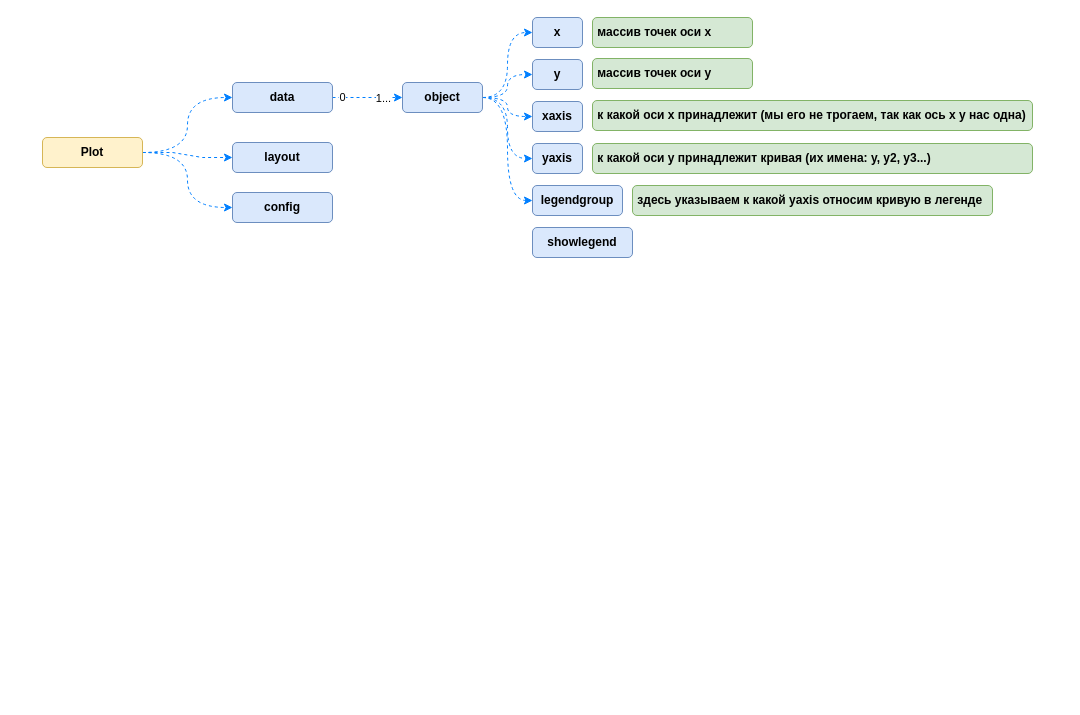
Above: Plotly.drawio in orlov-oleg-developer/asuter-UML (draw.io), before the change. Source tidied: cells renumbered, new cells numbered last; positions are measured from the earlier drawing's top-left corner, leaving out a move shared by most shapes. Both pictures are drawn from the tidied source at 100%, with x=0, y=0 at pixel (42, 17).
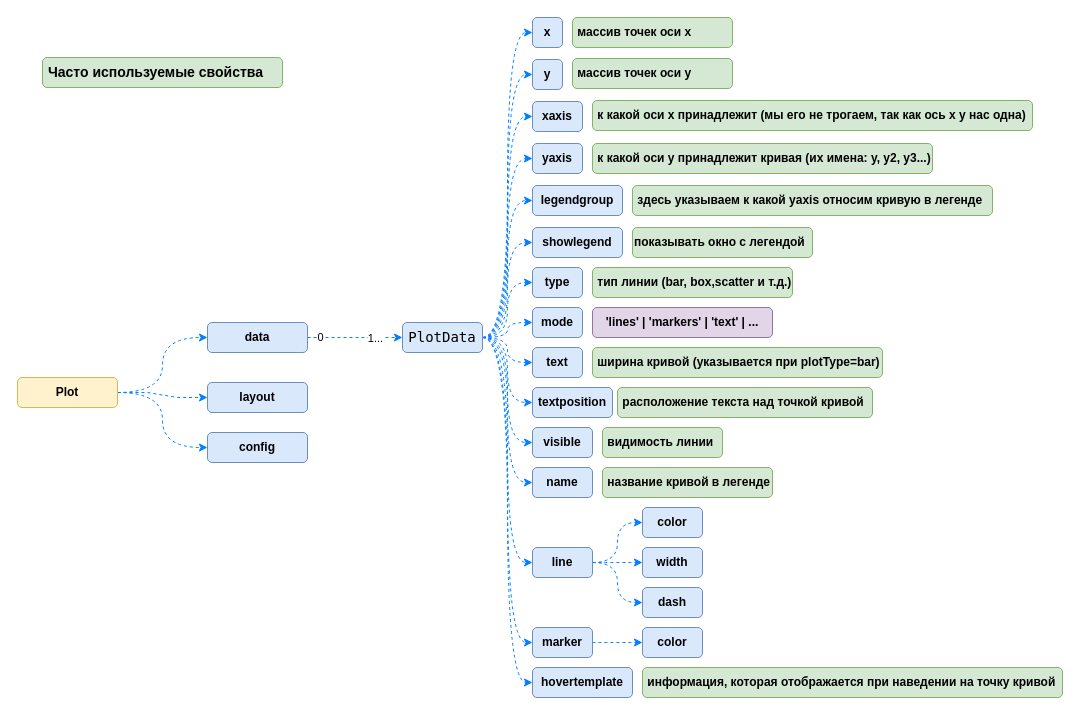
Above is the later version.

Change to the diagram source:
```diff
@@
     <mxCell id="5" value="Plot" style="rounded=1;whiteSpace=wrap;html=1;fillColor=#fff2cc;strokeColor=#d6b656;fontStyle=1;" parent="1" vertex="1">
-      <mxGeometry y="120" width="100" height="30" as="geometry" />
+      <mxGeometry x="-25" y="360" width="100" height="30" as="geometry" />
     </mxCell>
@@
     <mxCell id="9" value="data" style="rounded=1;whiteSpace=wrap;html=1;fillColor=#dae8fc;strokeColor=#6c8ebf;fontStyle=1;" parent="1" vertex="1">
-      <mxGeometry x="190" y="65" width="100" height="30" as="geometry" />
+      <mxGeometry x="165" y="305" width="100" height="30" as="geometry" />
     </mxCell>
     <mxCell id="10" value="layout" style="rounded=1;whiteSpace=wrap;html=1;fillColor=#dae8fc;strokeColor=#6c8ebf;fontStyle=1;" parent="1" vertex="1">
-      <mxGeometry x="190" y="125" width="100" height="30" as="geometry" />
+      <mxGeometry x="165" y="365" width="100" height="30" as="geometry" />
     </mxCell>
     <mxCell id="11" value="config" style="rounded=1;whiteSpace=wrap;html=1;fillColor=#dae8fc;strokeColor=#6c8ebf;fontStyle=1;" parent="1" vertex="1">
-      <mxGeometry x="190" y="175" width="100" height="30" as="geometry" />
+      <mxGeometry x="165" y="415" width="100" height="30" as="geometry" />
     </mxCell>
@@
+    <mxCell id="29" style="edgeStyle=orthogonalEdgeStyle;shape=connector;curved=1;rounded=0;jettySize=auto;html=1;entryX=0;entryY=0.5;entryDx=0;entryDy=0;dashed=1;labelBackgroundColor=default;strokeColor=#007FFF;align=center;verticalAlign=middle;fontFamily=Helvetica;fontSize=11;fontColor=default;endArrow=classic;fillColor=#dae8fc;" parent="1" edge="1" source="17" target="28">
+      <mxGeometry relative="1" as="geometry" />
+    </mxCell>
+    <mxCell id="30" style="edgeStyle=orthogonalEdgeStyle;shape=connector;curved=1;rounded=0;jettySize=auto;html=1;entryX=0;entryY=0.5;entryDx=0;entryDy=0;dashed=1;labelBackgroundColor=default;strokeColor=#007FFF;align=center;verticalAlign=middle;fontFamily=Helvetica;fontSize=11;fontColor=default;endArrow=classic;fillColor=#dae8fc;" parent="1" edge="1" source="17" target="40">
+      <mxGeometry relative="1" as="geometry" />
+    </mxCell>
+    <mxCell id="31" style="edgeStyle=orthogonalEdgeStyle;shape=connector;curved=1;rounded=0;jettySize=auto;html=1;entryX=0;entryY=0.5;entryDx=0;entryDy=0;dashed=1;labelBackgroundColor=default;strokeColor=#007FFF;align=center;verticalAlign=middle;fontFamily=Helvetica;fontSize=11;fontColor=default;endArrow=classic;fillColor=#dae8fc;" parent="1" edge="1" source="17" target="43">
+      <mxGeometry relative="1" as="geometry" />
+    </mxCell>
+    <mxCell id="32" style="edgeStyle=orthogonalEdgeStyle;shape=connector;curved=1;rounded=0;jettySize=auto;html=1;entryX=0;entryY=0.5;entryDx=0;entryDy=0;dashed=1;labelBackgroundColor=default;strokeColor=#007FFF;align=center;verticalAlign=middle;fontFamily=Helvetica;fontSize=11;fontColor=default;endArrow=classic;fillColor=#dae8fc;" parent="1" edge="1" source="17" target="45">
+      <mxGeometry relative="1" as="geometry" />
+    </mxCell>
+    <mxCell id="33" style="edgeStyle=orthogonalEdgeStyle;shape=connector;curved=1;rounded=0;jettySize=auto;html=1;entryX=0;entryY=0.5;entryDx=0;entryDy=0;dashed=1;labelBackgroundColor=default;strokeColor=#007FFF;align=center;verticalAlign=middle;fontFamily=Helvetica;fontSize=11;fontColor=default;endArrow=classic;fillColor=#dae8fc;" parent="1" edge="1" source="17" target="47">
+      <mxGeometry relative="1" as="geometry" />
+    </mxCell>
+    <mxCell id="34" style="edgeStyle=orthogonalEdgeStyle;shape=connector;curved=1;rounded=0;jettySize=auto;html=1;entryX=0;entryY=0.5;entryDx=0;entryDy=0;dashed=1;labelBackgroundColor=default;strokeColor=#007FFF;align=center;verticalAlign=middle;fontFamily=Helvetica;fontSize=11;fontColor=default;endArrow=classic;fillColor=#dae8fc;" parent="1" edge="1" source="17" target="49">
+      <mxGeometry relative="1" as="geometry" />
+    </mxCell>
+    <mxCell id="35" style="edgeStyle=orthogonalEdgeStyle;shape=connector;curved=1;rounded=0;jettySize=auto;html=1;entryX=0;entryY=0.5;entryDx=0;entryDy=0;dashed=1;labelBackgroundColor=default;strokeColor=#007FFF;align=center;verticalAlign=middle;fontFamily=Helvetica;fontSize=11;fontColor=default;endArrow=classic;fillColor=#dae8fc;" parent="1" edge="1" source="17" target="51">
+      <mxGeometry relative="1" as="geometry" />
+    </mxCell>
+    <mxCell id="36" style="edgeStyle=orthogonalEdgeStyle;shape=connector;curved=1;rounded=0;jettySize=auto;html=1;entryX=0;entryY=0.5;entryDx=0;entryDy=0;dashed=1;labelBackgroundColor=default;strokeColor=#007FFF;align=center;verticalAlign=middle;fontFamily=Helvetica;fontSize=11;fontColor=default;endArrow=classic;fillColor=#dae8fc;" parent="1" edge="1" source="17" target="56">
+      <mxGeometry relative="1" as="geometry" />
+    </mxCell>
+    <mxCell id="37" style="edgeStyle=orthogonalEdgeStyle;shape=connector;curved=1;rounded=0;jettySize=auto;html=1;entryX=0;entryY=0.5;entryDx=0;entryDy=0;dashed=1;labelBackgroundColor=default;strokeColor=#007FFF;align=center;verticalAlign=middle;fontFamily=Helvetica;fontSize=11;fontColor=default;endArrow=classic;fillColor=#dae8fc;" parent="1" edge="1" source="17" target="61">
+      <mxGeometry relative="1" as="geometry" />
+    </mxCell>
+    <mxCell id="38" style="edgeStyle=orthogonalEdgeStyle;shape=connector;curved=1;rounded=0;jettySize=auto;html=1;entryX=0;entryY=0.5;entryDx=0;entryDy=0;dashed=1;labelBackgroundColor=default;strokeColor=#007FFF;align=center;verticalAlign=middle;fontFamily=Helvetica;fontSize=11;fontColor=default;endArrow=classic;fillColor=#dae8fc;" parent="1" edge="1" source="17" target="63">
+      <mxGeometry relative="1" as="geometry" />
+    </mxCell>
-    <mxCell id="17" value="object" style="whiteSpace=wrap;html=1;fillColor=#dae8fc;strokeColor=#6c8ebf;rounded=1;fontStyle=1;" parent="1" vertex="1">
-      <mxGeometry x="360" y="65" width="80" height="30" as="geometry" />
+    <mxCell id="17" value="&lt;div style=&quot;font-family: &amp;quot;Droid Sans Mono&amp;quot;, &amp;quot;monospace&amp;quot;, monospace; font-weight: normal; font-size: 14px; line-height: 19px;&quot;&gt;PlotData&lt;/div&gt;" style="whiteSpace=wrap;html=1;fillColor=#dae8fc;strokeColor=#6c8ebf;rounded=1;fontStyle=1;" parent="1" vertex="1">
+      <mxGeometry x="360" y="305" width="80" height="30" as="geometry" />
     </mxCell>
     <mxCell id="18" value="x" style="whiteSpace=wrap;html=1;fillColor=#dae8fc;strokeColor=#6c8ebf;rounded=1;fontStyle=1;" parent="1" vertex="1">
-      <mxGeometry x="490" width="50" height="30" as="geometry" />
+      <mxGeometry x="490" width="30" height="30" as="geometry" />
     </mxCell>
     <mxCell id="19" value="&amp;nbsp;массив точек оси x" style="whiteSpace=wrap;html=1;fillColor=#d5e8d4;strokeColor=#82b366;rounded=1;fontStyle=1;align=left;" parent="1" vertex="1">
-      <mxGeometry x="550" width="160" height="30" as="geometry" />
+      <mxGeometry x="530" width="160" height="30" as="geometry" />
     </mxCell>
     <mxCell id="20" value="y" style="whiteSpace=wrap;html=1;fillColor=#dae8fc;strokeColor=#6c8ebf;rounded=1;fontStyle=1;" parent="1" vertex="1">
-      <mxGeometry x="490" y="42" width="50" height="30" as="geometry" />
+      <mxGeometry x="490" y="42" width="30" height="30" as="geometry" />
     </mxCell>
     <mxCell id="21" value="&amp;nbsp;массив точек оси y" style="whiteSpace=wrap;html=1;fillColor=#d5e8d4;strokeColor=#82b366;rounded=1;fontStyle=1;align=left;" parent="1" vertex="1">
-      <mxGeometry x="550" y="41" width="160" height="30" as="geometry" />
+      <mxGeometry x="530" y="41" width="160" height="30" as="geometry" />
     </mxCell>
@@
     <mxCell id="27" value="&amp;nbsp;к какой оси y принадлежит кривая (их имена: y, y2, y3...)" style="whiteSpace=wrap;html=1;fillColor=#d5e8d4;strokeColor=#82b366;rounded=1;fontStyle=1;align=left;" parent="1" vertex="1">
-      <mxGeometry x="550" y="126" width="440" height="30" as="geometry" />
+      <mxGeometry x="550" y="126" width="340" height="30" as="geometry" />
     </mxCell>
     <mxCell id="28" value="showlegend" style="rounded=1;whiteSpace=wrap;html=1;fillColor=#dae8fc;strokeColor=#6c8ebf;fontStyle=1;glass=0;shadow=0;" parent="1" vertex="1">
-      <mxGeometry x="490" y="210" width="100" height="30" as="geometry" />
+      <mxGeometry x="490" y="210" width="90" height="30" as="geometry" />
     </mxCell>
+    <mxCell id="39" value="показывать окно с легендой" style="whiteSpace=wrap;html=1;fillColor=#d5e8d4;strokeColor=#82b366;rounded=1;fontStyle=1;align=left;" parent="1" vertex="1">
+      <mxGeometry x="590" y="210" width="180" height="30" as="geometry" />
+    </mxCell>
+    <mxCell id="40" value="type" style="rounded=1;whiteSpace=wrap;html=1;fillColor=#dae8fc;strokeColor=#6c8ebf;fontStyle=1;glass=0;shadow=0;" parent="1" vertex="1">
+      <mxGeometry x="490" y="250" width="50" height="30" as="geometry" />
+    </mxCell>
+    <mxCell id="41" value="&amp;nbsp;тип линии (bar, box,scatter и т.д.&lt;span style=&quot;background-color: initial;&quot;&gt;)&lt;/span&gt;" style="whiteSpace=wrap;html=1;fillColor=#d5e8d4;strokeColor=#82b366;rounded=1;fontStyle=1;align=left;" parent="1" vertex="1">
+      <mxGeometry x="550" y="250" width="200" height="30" as="geometry" />
+    </mxCell>
+    <mxCell id="42" value="&amp;nbsp;Часто используемые свойства" style="rounded=1;whiteSpace=wrap;html=1;fillColor=#d5e8d4;strokeColor=#82b366;fontStyle=1;fontSize=14;align=left;" parent="1" vertex="1">
+      <mxGeometry y="40" width="240" height="30" as="geometry" />
+    </mxCell>
+    <mxCell id="43" value="mode" style="rounded=1;whiteSpace=wrap;html=1;fillColor=#dae8fc;strokeColor=#6c8ebf;fontStyle=1;glass=0;shadow=0;" parent="1" vertex="1">
+      <mxGeometry x="490" y="290" width="50" height="30" as="geometry" />
+    </mxCell>
+    <mxCell id="44" value="'lines' | 'markers' | 'text' | ..." style="rounded=1;whiteSpace=wrap;html=1;fillColor=#e1d5e7;strokeColor=#9673a6;fontStyle=1;glass=0;shadow=0;" parent="1" vertex="1">
+      <mxGeometry x="550" y="290" width="180" height="30" as="geometry" />
+    </mxCell>
+    <mxCell id="45" value="text" style="rounded=1;whiteSpace=wrap;html=1;fillColor=#dae8fc;strokeColor=#6c8ebf;fontStyle=1;glass=0;shadow=0;" parent="1" vertex="1">
+      <mxGeometry x="490" y="330" width="50" height="30" as="geometry" />
+    </mxCell>
+    <mxCell id="46" value="&amp;nbsp;ширина кривой (указывается при plotType=bar)" style="whiteSpace=wrap;html=1;fillColor=#d5e8d4;strokeColor=#82b366;rounded=1;fontStyle=1;align=left;" parent="1" vertex="1">
+      <mxGeometry x="550" y="330" width="290" height="30" as="geometry" />
+    </mxCell>
+    <mxCell id="47" value="textposition" style="rounded=1;whiteSpace=wrap;html=1;fillColor=#dae8fc;strokeColor=#6c8ebf;fontStyle=1;glass=0;shadow=0;" parent="1" vertex="1">
+      <mxGeometry x="490" y="370" width="80" height="30" as="geometry" />
+    </mxCell>
+    <mxCell id="48" value="&amp;nbsp;расположение текста над точкой кривой" style="whiteSpace=wrap;html=1;fillColor=#d5e8d4;strokeColor=#82b366;rounded=1;fontStyle=1;align=left;" parent="1" vertex="1">
+      <mxGeometry x="575" y="370" width="255" height="30" as="geometry" />
+    </mxCell>
+    <mxCell id="49" value="visible" style="rounded=1;whiteSpace=wrap;html=1;fillColor=#dae8fc;strokeColor=#6c8ebf;fontStyle=1;glass=0;shadow=0;" parent="1" vertex="1">
+      <mxGeometry x="490" y="410" width="60" height="30" as="geometry" />
+    </mxCell>
+    <mxCell id="50" value="&amp;nbsp;видимость линии" style="whiteSpace=wrap;html=1;fillColor=#d5e8d4;strokeColor=#82b366;rounded=1;fontStyle=1;align=left;" parent="1" vertex="1">
+      <mxGeometry x="560" y="410" width="120" height="30" as="geometry" />
+    </mxCell>
+    <mxCell id="51" value="name" style="rounded=1;whiteSpace=wrap;html=1;fillColor=#dae8fc;strokeColor=#6c8ebf;fontStyle=1;glass=0;shadow=0;" parent="1" vertex="1">
+      <mxGeometry x="490" y="450" width="60" height="30" as="geometry" />
+    </mxCell>
+    <mxCell id="52" value="&amp;nbsp;название кривой в легенде" style="whiteSpace=wrap;html=1;fillColor=#d5e8d4;strokeColor=#82b366;rounded=1;fontStyle=1;align=left;" parent="1" vertex="1">
+      <mxGeometry x="560" y="450" width="170" height="30" as="geometry" />
+    </mxCell>
+    <mxCell id="53" style="edgeStyle=orthogonalEdgeStyle;shape=connector;curved=1;rounded=0;jettySize=auto;html=1;entryX=0;entryY=0.5;entryDx=0;entryDy=0;dashed=1;labelBackgroundColor=default;strokeColor=#007FFF;align=center;verticalAlign=middle;fontFamily=Helvetica;fontSize=11;fontColor=default;endArrow=classic;fillColor=#dae8fc;" parent="1" edge="1" source="56" target="57">
+      <mxGeometry relative="1" as="geometry" />
+    </mxCell>
+    <mxCell id="54" style="edgeStyle=orthogonalEdgeStyle;shape=connector;curved=1;rounded=0;jettySize=auto;html=1;entryX=0;entryY=0.5;entryDx=0;entryDy=0;dashed=1;labelBackgroundColor=default;strokeColor=#007FFF;align=center;verticalAlign=middle;fontFamily=Helvetica;fontSize=11;fontColor=default;endArrow=classic;fillColor=#dae8fc;" parent="1" edge="1" source="56" target="58">
+      <mxGeometry relative="1" as="geometry" />
+    </mxCell>
+    <mxCell id="55" style="edgeStyle=orthogonalEdgeStyle;shape=connector;curved=1;rounded=0;jettySize=auto;html=1;entryX=0;entryY=0.5;entryDx=0;entryDy=0;dashed=1;labelBackgroundColor=default;strokeColor=#007FFF;align=center;verticalAlign=middle;fontFamily=Helvetica;fontSize=11;fontColor=default;endArrow=classic;fillColor=#dae8fc;" parent="1" edge="1" source="56" target="59">
+      <mxGeometry relative="1" as="geometry" />
+    </mxCell>
+    <mxCell id="56" value="line" style="rounded=1;whiteSpace=wrap;html=1;fillColor=#dae8fc;strokeColor=#6c8ebf;fontStyle=1;glass=0;shadow=0;" parent="1" vertex="1">
+      <mxGeometry x="490" y="530" width="60" height="30" as="geometry" />
+    </mxCell>
+    <mxCell id="57" value="color" style="rounded=1;whiteSpace=wrap;html=1;fillColor=#dae8fc;strokeColor=#6c8ebf;fontStyle=1;glass=0;shadow=0;" parent="1" vertex="1">
+      <mxGeometry x="600" y="490" width="60" height="30" as="geometry" />
+    </mxCell>
+    <mxCell id="58" value="width" style="rounded=1;whiteSpace=wrap;html=1;fillColor=#dae8fc;strokeColor=#6c8ebf;fontStyle=1;glass=0;shadow=0;" parent="1" vertex="1">
+      <mxGeometry x="600" y="530" width="60" height="30" as="geometry" />
+    </mxCell>
+    <mxCell id="59" value="dash" style="rounded=1;whiteSpace=wrap;html=1;fillColor=#dae8fc;strokeColor=#6c8ebf;fontStyle=1;glass=0;shadow=0;" parent="1" vertex="1">
+      <mxGeometry x="600" y="570" width="60" height="30" as="geometry" />
+    </mxCell>
+    <mxCell id="60" style="edgeStyle=orthogonalEdgeStyle;shape=connector;curved=1;rounded=0;jettySize=auto;html=1;entryX=0;entryY=0.5;entryDx=0;entryDy=0;dashed=1;labelBackgroundColor=default;strokeColor=#007FFF;align=center;verticalAlign=middle;fontFamily=Helvetica;fontSize=11;fontColor=default;endArrow=classic;fillColor=#dae8fc;" parent="1" edge="1" source="61" target="62">
+      <mxGeometry relative="1" as="geometry" />
+    </mxCell>
+    <mxCell id="61" value="marker" style="rounded=1;whiteSpace=wrap;html=1;fillColor=#dae8fc;strokeColor=#6c8ebf;fontStyle=1;glass=0;shadow=0;" parent="1" vertex="1">
+      <mxGeometry x="490" y="610" width="60" height="30" as="geometry" />
+    </mxCell>
+    <mxCell id="62" value="color" style="rounded=1;whiteSpace=wrap;html=1;fillColor=#dae8fc;strokeColor=#6c8ebf;fontStyle=1;glass=0;shadow=0;" parent="1" vertex="1">
+      <mxGeometry x="600" y="610" width="60" height="30" as="geometry" />
+    </mxCell>
+    <mxCell id="63" value="hovertemplate" style="rounded=1;whiteSpace=wrap;html=1;fillColor=#dae8fc;strokeColor=#6c8ebf;fontStyle=1;glass=0;shadow=0;" parent="1" vertex="1">
+      <mxGeometry x="490" y="650" width="100" height="30" as="geometry" />
+    </mxCell>
+    <mxCell id="64" value="&amp;nbsp;информация, которая отображается при наведении на точку кривой" style="whiteSpace=wrap;html=1;fillColor=#d5e8d4;strokeColor=#82b366;rounded=1;fontStyle=1;align=left;" parent="1" vertex="1">
+      <mxGeometry x="600" y="650" width="420" height="30" as="geometry" />
+    </mxCell>
```
